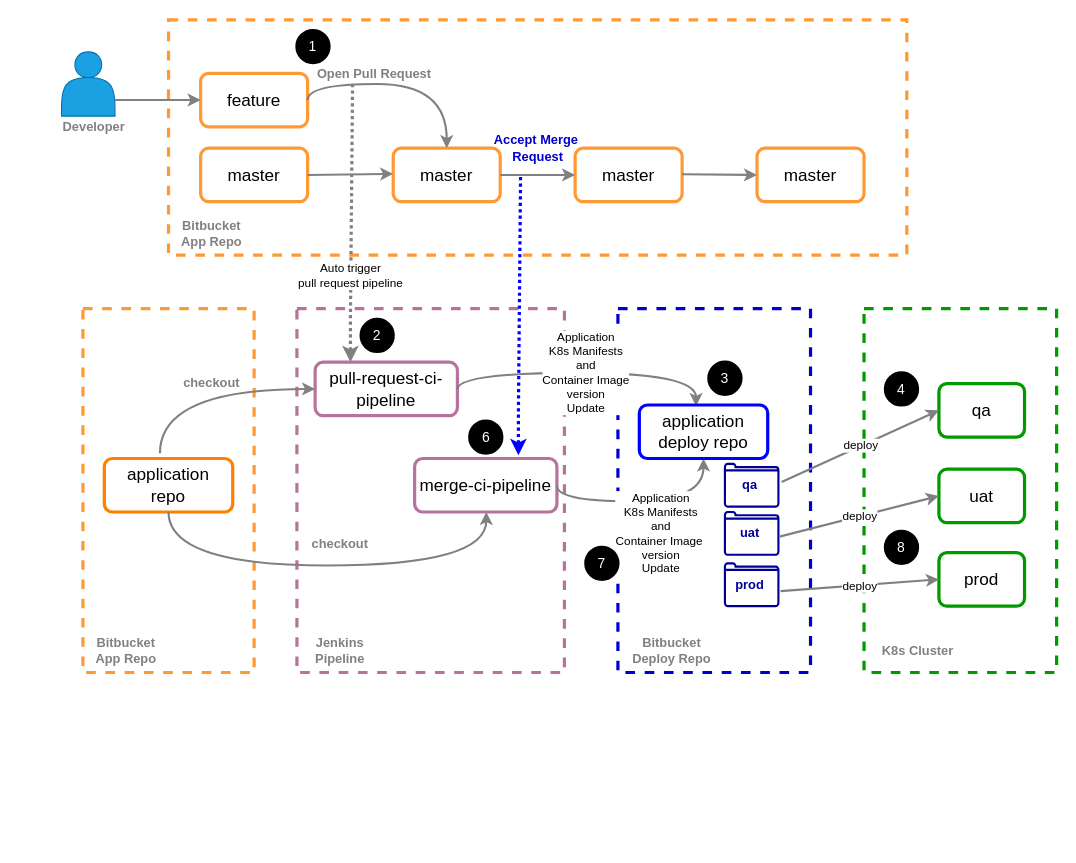
josephlim75/technologies keeps this draw.io diagram as page "Page-2" (2 of 2) of cicd.drawio. Above is the earlier version. Source tidied: cells renumbered, new cells numbered last; positions are measured from the earlier drawing's top-left corner, leaving out a move shared by most shapes. Both pictures are drawn from the tidied source at 107%, with x=0, y=0 at pixel (18, 19).
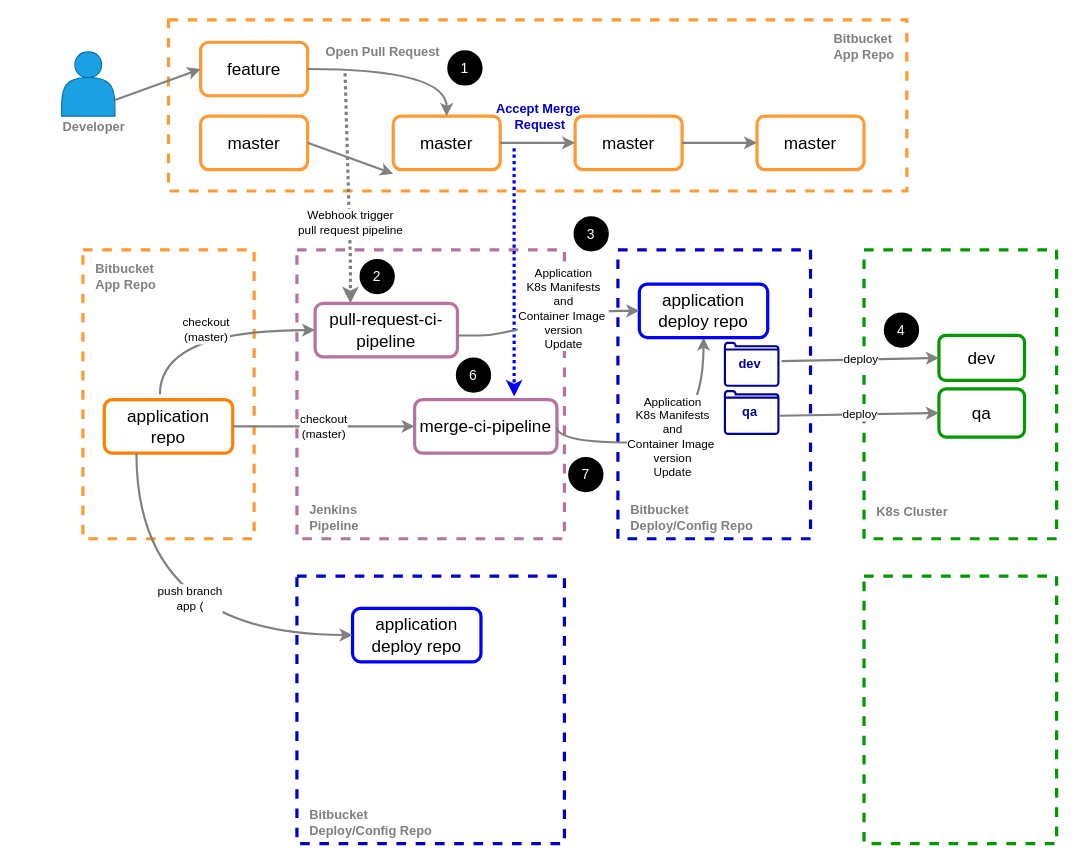
The same page after the edit.

Change to the diagram source:
```diff
@@
     <mxCell id="2" style="rounded=0;whiteSpace=wrap;html=1;strokeColor=#B5739D;strokeWidth=3;dashed=1;" parent="1" vertex="1">
-      <mxGeometry x="260" y="270" width="250" height="340" as="geometry" />
+      <mxGeometry x="260" y="215" width="250" height="270" as="geometry" />
     </mxCell>
     <mxCell id="3" style="rounded=0;whiteSpace=wrap;html=1;strokeColor=#FF9933;strokeWidth=3;dashed=1;" parent="1" vertex="1">
-      <mxGeometry x="140" width="690" height="220" as="geometry" />
+      <mxGeometry x="140" width="690" height="160" as="geometry" />
     </mxCell>
@@
     <mxCell id="5" value="&lt;font style=&quot;font-size: 16px&quot;&gt;feature&lt;/font&gt;" style="rounded=1;whiteSpace=wrap;html=1;fillColor=none;strokeWidth=3;strokeColor=#FF9933;" parent="1" vertex="1">
-      <mxGeometry x="170" y="50" width="100" height="50" as="geometry" />
+      <mxGeometry x="170" y="21" width="100" height="50" as="geometry" />
     </mxCell>
@@
     <mxCell id="7" value="&lt;font style=&quot;font-size: 16px&quot;&gt;master&lt;/font&gt;" style="rounded=1;whiteSpace=wrap;html=1;strokeColor=#FF9933;strokeWidth=3;" parent="1" vertex="1">
-      <mxGeometry x="170" y="120" width="100" height="50" as="geometry" />
+      <mxGeometry x="170" y="90" width="100" height="50" as="geometry" />
     </mxCell>
     <mxCell id="8" value="&lt;font style=&quot;font-size: 16px&quot;&gt;master&lt;/font&gt;" style="rounded=1;whiteSpace=wrap;html=1;strokeColor=#FF9933;strokeWidth=3;" parent="1" vertex="1">
-      <mxGeometry x="350" y="120" width="100" height="50" as="geometry" />
+      <mxGeometry x="350" y="90" width="100" height="50" as="geometry" />
     </mxCell>
     <mxCell id="9" value="&lt;font style=&quot;font-size: 16px&quot;&gt;master&lt;/font&gt;" style="rounded=1;whiteSpace=wrap;html=1;strokeColor=#FF9933;strokeWidth=3;" parent="1" vertex="1">
-      <mxGeometry x="520" y="120" width="100" height="50" as="geometry" />
+      <mxGeometry x="520" y="90" width="100" height="50" as="geometry" />
     </mxCell>
     <mxCell id="10" value="&lt;font style=&quot;font-size: 16px&quot;&gt;master&lt;/font&gt;" style="rounded=1;whiteSpace=wrap;html=1;strokeColor=#FF9933;strokeWidth=3;" parent="1" vertex="1">
-      <mxGeometry x="690" y="120" width="100" height="50" as="geometry" />
+      <mxGeometry x="690" y="90" width="100" height="50" as="geometry" />
     </mxCell>
     <mxCell id="11" style="endArrow=classic;html=1;strokeColor=#808080;strokeWidth=2;edgeStyle=orthogonalEdgeStyle;curved=1;entryX=0.5;entryY=0;entryDx=0;entryDy=0;exitX=1;exitY=0.5;exitDx=0;exitDy=0;" parent="1" edge="1" source="5" target="8">
       <mxGeometry relative="1" as="geometry">
         <Array as="points">
-          <mxPoint x="270" y="60" />
-          <mxPoint x="400" y="60" />
+          <mxPoint x="400" y="46" />
         </Array>
       </mxGeometry>
     </mxCell>
@@
-    <mxCell id="14" style="endArrow=classic;html=1;exitX=1;exitY=0.75;exitDx=0;exitDy=0;strokeWidth=2;strokeColor=#808080;entryX=0;entryY=0.5;entryDx=0;entryDy=0;" parent="1" edge="1" target="10">
-      <mxGeometry relative="1" as="geometry">
-        <mxPoint x="620" y="144.3" as="sourcePoint" />
-      </mxGeometry>
+    <mxCell id="14" style="endArrow=classic;html=1;exitX=1;exitY=0.5;exitDx=0;exitDy=0;strokeWidth=2;strokeColor=#808080;entryX=0;entryY=0.5;entryDx=0;entryDy=0;" parent="1" edge="1" source="9" target="10">
+      <mxGeometry relative="1" as="geometry" />
     </mxCell>
     <mxCell id="15" value="&lt;span style=&quot;font-size: 16px&quot;&gt;pull-request-ci-pipeline&lt;/span&gt;" style="rounded=1;whiteSpace=wrap;html=1;strokeColor=#B5739D;strokeWidth=3;" parent="1" vertex="1">
-      <mxGeometry x="277" y="320" width="133" height="50" as="geometry" />
+      <mxGeometry x="277" y="265" width="133" height="50" as="geometry" />
     </mxCell>
     <mxCell id="16" style="rounded=0;whiteSpace=wrap;html=1;strokeColor=#FF9933;strokeWidth=3;dashed=1;" parent="1" vertex="1">
-      <mxGeometry x="60" y="270" width="160" height="340" as="geometry" />
+      <mxGeometry x="60" y="215" width="160" height="270" as="geometry" />
     </mxCell>
-    <mxCell id="17" value="Bitbucket&lt;br style=&quot;font-size: 12px;&quot;&gt;App Repo" style="text;strokeColor=none;fillColor=none;html=1;fontSize=12;fontStyle=1;verticalAlign=middle;align=center;fontColor=#808080;" parent="1" vertex="1">
-      <mxGeometry x="130" y="180" width="100" height="40" as="geometry" />
+    <mxCell id="17" value="Bitbucket&lt;br style=&quot;font-size: 12px;&quot;&gt;App Repo" style="text;strokeColor=none;fillColor=none;html=1;fontSize=12;fontStyle=1;verticalAlign=middle;align=left;fontColor=#808080;" parent="1" vertex="1">
+      <mxGeometry x="760" y="5" width="100" height="40" as="geometry" />
     </mxCell>
-    <mxCell id="18" value="Bitbucket&lt;br style=&quot;font-size: 12px&quot;&gt;App Repo" style="text;strokeColor=none;fillColor=none;html=1;fontSize=12;fontStyle=1;verticalAlign=middle;align=center;fontColor=#808080;" parent="1" vertex="1">
-      <mxGeometry x="40" y="570" width="120" height="40" as="geometry" />
+    <mxCell id="18" value="Bitbucket&lt;br style=&quot;font-size: 12px&quot;&gt;App Repo" style="text;strokeColor=none;fillColor=none;html=1;fontSize=12;fontStyle=1;verticalAlign=middle;align=left;fontColor=#808080;" parent="1" vertex="1">
+      <mxGeometry x="70" y="220" width="60" height="40" as="geometry" />
     </mxCell>
     <mxCell id="19" value="&lt;span style=&quot;font-size: 16px&quot;&gt;application&lt;br&gt;repo&lt;br&gt;&lt;/span&gt;" style="rounded=1;whiteSpace=wrap;html=1;strokeColor=#FF8000;strokeWidth=3;" parent="1" vertex="1">
-      <mxGeometry x="80" y="410" width="120" height="50" as="geometry" />
+      <mxGeometry x="80" y="355" width="120" height="50" as="geometry" />
     </mxCell>
-    <mxCell id="20" value="Auto trigger&lt;br&gt;pull request pipeline" style="endArrow=classic;html=1;strokeWidth=3;strokeColor=#808080;dashed=1;dashPattern=1 1;" parent="1" edge="1">
-      <mxGeometry x="0.38" relative="1" as="geometry">
-        <mxPoint x="312" y="60" as="sourcePoint" />
-        <mxPoint x="310" y="320" as="targetPoint" />
+    <mxCell id="20" value="Webhook trigger&lt;br&gt;pull request pipeline" style="endArrow=classic;html=1;strokeWidth=3;strokeColor=#808080;dashed=1;dashPattern=1 1;exitX=0.25;exitY=1;exitDx=0;exitDy=0;" parent="1" edge="1" source="21">
+      <mxGeometry x="0.3" y="1" relative="1" as="geometry">
+        <mxPoint x="310" y="265" as="targetPoint" />
         <Array as="points">
-          <mxPoint x="310" y="280" />
+          <mxPoint x="310" y="225" />
         </Array>
       </mxGeometry>
     </mxCell>
     <mxCell id="21" value="Open Pull Request" style="text;strokeColor=none;fillColor=none;html=1;fontSize=12;fontStyle=1;verticalAlign=middle;align=center;fontColor=#808080;" parent="1" vertex="1">
-      <mxGeometry x="262" y="31" width="140" height="40" as="geometry" />
+      <mxGeometry x="270" y="10" width="140" height="40" as="geometry" />
     </mxCell>
-    <mxCell id="22" style="endArrow=classic;html=1;strokeColor=#808080;strokeWidth=2;edgeStyle=orthogonalEdgeStyle;curved=1;entryX=0;entryY=0.5;entryDx=0;entryDy=0;exitX=1;exitY=0.5;exitDx=0;exitDy=0;" parent="1" edge="1" target="15">
+    <mxCell id="22" value="checkout&lt;br&gt;(master)" style="endArrow=classic;html=1;strokeColor=#808080;strokeWidth=2;edgeStyle=orthogonalEdgeStyle;curved=1;entryX=0;entryY=0.5;entryDx=0;entryDy=0;exitX=1;exitY=0.5;exitDx=0;exitDy=0;" parent="1" edge="1" target="15">
       <mxGeometry relative="1" as="geometry">
-        <mxPoint x="132" y="405" as="sourcePoint" />
+        <mxPoint x="132" y="350" as="sourcePoint" />
         <Array as="points">
-          <mxPoint x="132" y="345" />
+          <mxPoint x="132" y="290" />
         </Array>
       </mxGeometry>
     </mxCell>
     <mxCell id="23" style="rounded=0;whiteSpace=wrap;html=1;strokeColor=#0000CC;strokeWidth=3;dashed=1;" parent="1" vertex="1">
-      <mxGeometry x="560" y="270" width="180" height="340" as="geometry" />
+      <mxGeometry x="560" y="215" width="180" height="270" as="geometry" />
     </mxCell>
-    <mxCell id="24" value="Bitbucket&lt;br style=&quot;font-size: 12px&quot;&gt;Deploy Repo" style="text;strokeColor=none;fillColor=none;html=1;fontSize=12;fontStyle=1;verticalAlign=middle;align=center;fontColor=#808080;" parent="1" vertex="1">
-      <mxGeometry x="550" y="570" width="120" height="40" as="geometry" />
+    <mxCell id="24" value="Bitbucket&lt;br style=&quot;font-size: 12px&quot;&gt;Deploy/Config Repo" style="text;strokeColor=none;fillColor=none;html=1;fontSize=12;fontStyle=1;verticalAlign=middle;align=left;fontColor=#808080;" parent="1" vertex="1">
+      <mxGeometry x="570" y="445" width="120" height="40" as="geometry" />
     </mxCell>
-    <mxCell id="25" value="checkout" style="text;strokeColor=none;fillColor=none;html=1;fontSize=12;fontStyle=1;verticalAlign=middle;align=center;fontColor=#808080;" parent="1" vertex="1">
-      <mxGeometry x="130" y="320" width="100" height="40" as="geometry" />
-    </mxCell>
     <mxCell id="26" style="endArrow=classic;html=1;strokeWidth=3;strokeColor=#0000FF;dashed=1;dashPattern=1 1;" parent="1" edge="1">
       <mxGeometry x="0.38" relative="1" as="geometry">
-        <mxPoint x="469" y="147" as="sourcePoint" />
-        <mxPoint x="467" y="407" as="targetPoint" />
+        <mxPoint x="463" y="120" as="sourcePoint" />
+        <mxPoint x="463" y="352" as="targetPoint" />
         <Array as="points">
-          <mxPoint x="467" y="367" />
+          <mxPoint x="463" y="312" />
         </Array>
       </mxGeometry>
     </mxCell>
     <mxCell id="27" value="Accept Merge&amp;nbsp;&lt;br&gt;Request" style="text;strokeColor=none;fillColor=none;html=1;fontSize=12;fontStyle=1;verticalAlign=middle;align=center;fontColor=#0000CC;" parent="1" vertex="1">
-      <mxGeometry x="415" y="100" width="140" height="40" as="geometry" />
+      <mxGeometry x="417" y="71" width="140" height="40" as="geometry" />
     </mxCell>
     <mxCell id="28" value="&lt;span style=&quot;font-size: 16px&quot;&gt;merge-ci-pipeline&lt;/span&gt;" style="rounded=1;whiteSpace=wrap;html=1;strokeColor=#B5739D;strokeWidth=3;" parent="1" vertex="1">
-      <mxGeometry x="370" y="410" width="133" height="50" as="geometry" />
+      <mxGeometry x="370" y="355" width="133" height="50" as="geometry" />
     </mxCell>
-    <mxCell id="29" style="endArrow=classic;html=1;strokeColor=#808080;strokeWidth=2;edgeStyle=orthogonalEdgeStyle;curved=1;exitX=0.5;exitY=1;exitDx=0;exitDy=0;" parent="1" edge="1" source="19" target="28">
+    <mxCell id="29" value="checkout&lt;br&gt;(master)" style="endArrow=classic;html=1;strokeColor=#808080;strokeWidth=2;edgeStyle=orthogonalEdgeStyle;curved=1;exitX=1;exitY=0.5;exitDx=0;exitDy=0;" parent="1" edge="1" source="19" target="28">
       <mxGeometry relative="1" as="geometry">
         <Array as="points">
-          <mxPoint x="140" y="510" />
-          <mxPoint x="437" y="510" />
+          <mxPoint x="300" y="380" />
+          <mxPoint x="300" y="380" />
         </Array>
       </mxGeometry>
     </mxCell>
-    <mxCell id="30" value="checkout" style="text;strokeColor=none;fillColor=none;html=1;fontSize=12;fontStyle=1;verticalAlign=middle;align=center;fontColor=#808080;" parent="1" vertex="1">
-      <mxGeometry x="250" y="470" width="100" height="40" as="geometry" />
-    </mxCell>
-    <mxCell id="31" value="Jenkins&lt;br&gt;Pipeline" style="text;strokeColor=none;fillColor=none;html=1;fontSize=12;fontStyle=1;verticalAlign=middle;align=center;fontColor=#808080;" parent="1" vertex="1">
-      <mxGeometry x="240" y="570" width="120" height="40" as="geometry" />
+    <mxCell id="31" value="Jenkins&lt;br&gt;Pipeline" style="text;strokeColor=none;fillColor=none;html=1;fontSize=12;fontStyle=1;verticalAlign=middle;align=left;fontColor=#808080;" parent="1" vertex="1">
+      <mxGeometry x="270" y="445" width="50" height="40" as="geometry" />
     </mxCell>
     <mxCell id="32" value="Application&lt;br&gt;K8s Manifests&lt;br&gt;and&lt;br&gt;Container Image&amp;nbsp;&lt;br&gt;version&lt;br&gt;Update" style="endArrow=classic;html=1;exitX=1;exitY=0.5;exitDx=0;exitDy=0;strokeWidth=2;strokeColor=#808080;entryX=0.5;entryY=1;entryDx=0;entryDy=0;edgeStyle=orthogonalEdgeStyle;curved=1;" parent="1" edge="1" target="34">
-      <mxGeometry x="0.15" y="-30" relative="1" as="geometry">
-        <mxPoint x="503" y="435.5" as="sourcePoint" />
+      <mxGeometry x="-0.03" y="5" relative="1" as="geometry">
+        <mxPoint x="503" y="380.5" as="sourcePoint" />
         <Array as="points">
-          <mxPoint x="503" y="450" />
-          <mxPoint x="640" y="450" />
+          <mxPoint x="503" y="395" />
+          <mxPoint x="640" y="395" />
         </Array>
         <mxPoint x="1" as="offset" />
       </mxGeometry>
     </mxCell>
-    <mxCell id="33" value="Application&lt;br&gt;K8s Manifests&lt;br&gt;and&lt;br&gt;Container Image &lt;br&gt;version&lt;br&gt;Update" style="endArrow=classic;html=1;exitX=1;exitY=0.5;exitDx=0;exitDy=0;strokeWidth=2;strokeColor=#808080;entryX=0.442;entryY=0.02;entryDx=0;entryDy=0;entryPerimeter=0;edgeStyle=orthogonalEdgeStyle;curved=1;" parent="1" edge="1" target="34">
-      <mxGeometry relative="1" as="geometry">
-        <mxPoint x="410" y="345.5" as="sourcePoint" />
-        <Array as="points">
-          <mxPoint x="410" y="330" />
-          <mxPoint x="633" y="330" />
-        </Array>
-      </mxGeometry>
-    </mxCell>
     <mxCell id="34" value="&lt;span style=&quot;font-size: 16px&quot;&gt;application&lt;br&gt;deploy repo&lt;br&gt;&lt;/span&gt;" style="rounded=1;whiteSpace=wrap;html=1;strokeColor=#0000FF;strokeWidth=3;" parent="1" vertex="1">
-      <mxGeometry x="580" y="360" width="120" height="50" as="geometry" />
+      <mxGeometry x="580" y="247" width="120" height="50" as="geometry" />
     </mxCell>
     <mxCell id="35" style="rounded=0;whiteSpace=wrap;html=1;strokeColor=#009900;strokeWidth=3;dashed=1;" parent="1" vertex="1">
-      <mxGeometry x="790" y="270" width="180" height="340" as="geometry" />
+      <mxGeometry x="790" y="215" width="180" height="270" as="geometry" />
     </mxCell>
-    <mxCell id="36" value="K8s Cluster" style="text;strokeColor=none;fillColor=none;html=1;fontSize=12;fontStyle=1;verticalAlign=middle;align=center;fontColor=#808080;" parent="1" vertex="1">
-      <mxGeometry x="780" y="570" width="120" height="40" as="geometry" />
+    <mxCell id="36" value="K8s Cluster" style="text;strokeColor=none;fillColor=none;html=1;fontSize=12;fontStyle=1;verticalAlign=middle;align=left;fontColor=#808080;" parent="1" vertex="1">
+      <mxGeometry x="800" y="440" width="80" height="40" as="geometry" />
     </mxCell>
-    <mxCell id="37" value="&lt;span style=&quot;font-size: 16px&quot;&gt;qa&lt;br&gt;&lt;/span&gt;" style="rounded=1;whiteSpace=wrap;html=1;strokeColor=#009900;strokeWidth=3;" parent="1" vertex="1">
-      <mxGeometry x="860" y="340" width="80" height="50" as="geometry" />
+    <mxCell id="37" value="&lt;span style=&quot;font-size: 16px&quot;&gt;dev&lt;br&gt;&lt;/span&gt;" style="rounded=1;whiteSpace=wrap;html=1;strokeColor=#009900;strokeWidth=3;" parent="1" vertex="1">
+      <mxGeometry x="860" y="295" width="80" height="42" as="geometry" />
     </mxCell>
-    <mxCell id="38" value="&lt;span style=&quot;font-size: 16px&quot;&gt;uat&lt;br&gt;&lt;/span&gt;" style="rounded=1;whiteSpace=wrap;html=1;strokeColor=#009900;strokeWidth=3;" parent="1" vertex="1">
-      <mxGeometry x="860" y="420" width="80" height="50" as="geometry" />
+    <mxCell id="38" value="&lt;span style=&quot;font-size: 16px&quot;&gt;qa&lt;br&gt;&lt;/span&gt;" style="rounded=1;whiteSpace=wrap;html=1;strokeColor=#009900;strokeWidth=3;" parent="1" vertex="1">
+      <mxGeometry x="860" y="345" width="80" height="45" as="geometry" />
     </mxCell>
-    <mxCell id="39" value="&lt;span style=&quot;font-size: 16px&quot;&gt;prod&lt;br&gt;&lt;/span&gt;" style="rounded=1;whiteSpace=wrap;html=1;strokeColor=#009900;strokeWidth=3;" parent="1" vertex="1">
-      <mxGeometry x="860" y="498" width="80" height="50" as="geometry" />
-    </mxCell>
     <mxCell id="40" style="html=1;verticalLabelPosition=bottom;align=center;labelBackgroundColor=#ffffff;verticalAlign=top;strokeWidth=2;strokeColor=#000099;shadow=0;dashed=0;shape=mxgraph.ios7.icons.folder;fillColor=none;fontSize=12;fontColor=#0000CC;" parent="1" vertex="1">
-      <mxGeometry x="660" y="415" width="50" height="40" as="geometry" />
+      <mxGeometry x="660" y="302" width="50" height="40" as="geometry" />
     </mxCell>
-    <mxCell id="41" value="qa" style="text;strokeColor=none;fillColor=none;html=1;fontSize=12;fontStyle=1;verticalAlign=middle;align=center;fontColor=#000099;" parent="1" vertex="1">
-      <mxGeometry x="675" y="430" width="15" height="10" as="geometry" />
+    <mxCell id="41" value="dev" style="text;strokeColor=none;fillColor=none;html=1;fontSize=12;fontStyle=1;verticalAlign=middle;align=center;fontColor=#000099;" parent="1" vertex="1">
+      <mxGeometry x="675" y="317" width="15" height="10" as="geometry" />
     </mxCell>
     <mxCell id="42" style="html=1;verticalLabelPosition=bottom;align=center;labelBackgroundColor=#ffffff;verticalAlign=top;strokeWidth=2;strokeColor=#000099;shadow=0;dashed=0;shape=mxgraph.ios7.icons.folder;fillColor=none;fontSize=12;fontColor=#0000CC;" parent="1" vertex="1">
-      <mxGeometry x="660" y="460" width="50" height="40" as="geometry" />
+      <mxGeometry x="660" y="347" width="50" height="40" as="geometry" />
     </mxCell>
-    <mxCell id="43" value="uat" style="text;strokeColor=none;fillColor=none;html=1;fontSize=12;fontStyle=1;verticalAlign=middle;align=center;fontColor=#000099;" parent="1" vertex="1">
-      <mxGeometry x="675" y="475" width="15" height="10" as="geometry" />
+    <mxCell id="43" value="qa" style="text;strokeColor=none;fillColor=none;html=1;fontSize=12;fontStyle=1;verticalAlign=middle;align=center;fontColor=#000099;" parent="1" vertex="1">
+      <mxGeometry x="675" y="362" width="15" height="10" as="geometry" />
     </mxCell>
-    <mxCell id="44" style="html=1;verticalLabelPosition=bottom;align=center;labelBackgroundColor=#ffffff;verticalAlign=top;strokeWidth=2;strokeColor=#000099;shadow=0;dashed=0;shape=mxgraph.ios7.icons.folder;fillColor=none;fontSize=12;fontColor=#0000CC;" parent="1" vertex="1">
-      <mxGeometry x="660" y="508" width="50" height="40" as="geometry" />
-    </mxCell>
-    <mxCell id="45" value="prod" style="text;strokeColor=none;fillColor=none;html=1;fontSize=12;fontStyle=1;verticalAlign=middle;align=center;fontColor=#000099;" parent="1" vertex="1">
-      <mxGeometry x="675" y="523" width="15" height="10" as="geometry" />
-    </mxCell>
@@
-    <mxCell id="48" value="deploy" style="endArrow=classic;html=1;exitX=1.04;exitY=0.65;exitDx=0;exitDy=0;strokeWidth=2;strokeColor=#808080;entryX=0;entryY=0.5;entryDx=0;entryDy=0;exitPerimeter=0;" parent="1" edge="1" source="44" target="39">
-      <mxGeometry relative="1" as="geometry" />
-    </mxCell>
@@
     <mxCell id="50" value="1" style="ellipse;whiteSpace=wrap;html=1;strokeColor=#000000;strokeWidth=3;fillColor=#000000;fontSize=13;fontColor=#FFFFFF;fontStyle=0;" parent="1" vertex="1">
-      <mxGeometry x="260" y="10" width="30" height="30" as="geometry" />
+      <mxGeometry x="402" y="30" width="30" height="30" as="geometry" />
     </mxCell>
     <mxCell id="51" value="2" style="ellipse;whiteSpace=wrap;html=1;strokeColor=#000000;strokeWidth=3;fillColor=#000000;fontSize=13;fontColor=#FFFFFF;fontStyle=0;" parent="1" vertex="1">
-      <mxGeometry x="320" y="280" width="30" height="30" as="geometry" />
+      <mxGeometry x="320" y="225" width="30" height="30" as="geometry" />
     </mxCell>
     <mxCell id="52" value="3" style="ellipse;whiteSpace=wrap;html=1;strokeColor=#000000;strokeWidth=3;fillColor=#000000;fontSize=13;fontColor=#FFFFFF;fontStyle=0;" parent="1" vertex="1">
-      <mxGeometry x="645" y="320" width="30" height="30" as="geometry" />
+      <mxGeometry x="520" y="185" width="30" height="30" as="geometry" />
     </mxCell>
     <mxCell id="53" value="4" style="ellipse;whiteSpace=wrap;html=1;strokeColor=#000000;strokeWidth=3;fillColor=#000000;fontSize=13;fontColor=#FFFFFF;fontStyle=0;" parent="1" vertex="1">
-      <mxGeometry x="810" y="330" width="30" height="30" as="geometry" />
+      <mxGeometry x="810" y="275" width="30" height="30" as="geometry" />
     </mxCell>
-    <mxCell id="54" value="8" style="ellipse;whiteSpace=wrap;html=1;strokeColor=#000000;strokeWidth=3;fillColor=#000000;fontSize=13;fontColor=#FFFFFF;fontStyle=0;" parent="1" vertex="1">
-      <mxGeometry x="810" y="478" width="30" height="30" as="geometry" />
-    </mxCell>
     <mxCell id="55" value="6" style="ellipse;whiteSpace=wrap;html=1;strokeColor=#000000;strokeWidth=3;fillColor=#000000;fontSize=13;fontColor=#FFFFFF;fontStyle=0;" parent="1" vertex="1">
-      <mxGeometry x="421.5" y="375" width="30" height="30" as="geometry" />
+      <mxGeometry x="410" y="317" width="30" height="30" as="geometry" />
     </mxCell>
     <mxCell id="56" value="7" style="ellipse;whiteSpace=wrap;html=1;strokeColor=#000000;strokeWidth=3;fillColor=#000000;fontSize=13;fontColor=#FFFFFF;fontStyle=0;" parent="1" vertex="1">
-      <mxGeometry x="530" y="493" width="30" height="30" as="geometry" />
+      <mxGeometry x="515" y="410" width="30" height="30" as="geometry" />
     </mxCell>
+    <mxCell id="33" value="Application&lt;br&gt;K8s Manifests&lt;br&gt;and&lt;br&gt;Container Image&amp;nbsp;&lt;br&gt;version&lt;br&gt;Update" style="endArrow=classic;html=1;entryX=0;entryY=0.5;entryDx=0;entryDy=0;edgeStyle=entityRelationEdgeStyle;strokeWidth=2;strokeColor=#808080;" parent="1" edge="1" target="34">
+      <mxGeometry x="0.2" y="10" relative="1" as="geometry">
+        <mxPoint x="410" y="295" as="sourcePoint" />
+      </mxGeometry>
+    </mxCell>
+    <mxCell id="57" style="rounded=0;whiteSpace=wrap;html=1;strokeColor=#009900;strokeWidth=3;dashed=1;" parent="1" vertex="1">
+      <mxGeometry x="790" y="520" width="180" height="250" as="geometry" />
+    </mxCell>
+    <mxCell id="58" style="rounded=0;whiteSpace=wrap;html=1;strokeColor=#0000CC;strokeWidth=3;dashed=1;" parent="1" vertex="1">
+      <mxGeometry x="260" y="520" width="250" height="250" as="geometry" />
+    </mxCell>
+    <mxCell id="59" value="Bitbucket&lt;br style=&quot;font-size: 12px&quot;&gt;Deploy/Config Repo" style="text;strokeColor=none;fillColor=none;html=1;fontSize=12;fontStyle=1;verticalAlign=middle;align=left;fontColor=#808080;" parent="1" vertex="1">
+      <mxGeometry x="270" y="730" width="160" height="40" as="geometry" />
+    </mxCell>
+    <mxCell id="60" value="&lt;span style=&quot;font-size: 16px&quot;&gt;application&lt;br&gt;deploy repo&lt;br&gt;&lt;/span&gt;" style="rounded=1;whiteSpace=wrap;html=1;strokeColor=#0000FF;strokeWidth=3;" parent="1" vertex="1">
+      <mxGeometry x="312" y="550" width="120" height="50" as="geometry" />
+    </mxCell>
+    <mxCell id="61" value="push branch&lt;br&gt;app (" style="endArrow=classic;html=1;strokeColor=#808080;strokeWidth=2;entryX=0;entryY=0.5;entryDx=0;entryDy=0;exitX=0.25;exitY=1;exitDx=0;exitDy=0;edgeStyle=orthogonalEdgeStyle;elbow=vertical;curved=1;" parent="1" edge="1" source="19" target="60">
+      <mxGeometry x="-0.27" y="50" relative="1" as="geometry" />
+    </mxCell>
```
